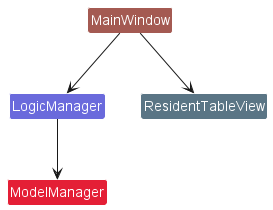
nus-cs2103-AY2223S1/tp keeps this PlantUML diagram as docs/images/MainWindowRelationships.png. Above is the earlier version. Source of this version:
```plantuml
@startuml
!include ../style.puml

Class MainWindow MAIN_WINDOW_COLOR
Class LogicManager LOGIC_COLOR_T2
Class ModelManager MODEL_COLOR_T2
Class ResidentTableView RESIDENT_TABLE_VIEW_COLOR

MainWindow --> LogicManager
MainWindow --> ResidentTableView
LogicManager --> ModelManager
@enduml
```
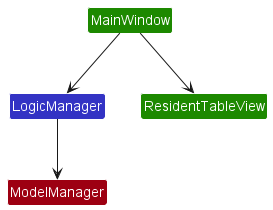
The same diagram one commit later.

Commit message:
Update main window listener diagram

The edit, as a diff of the source:
```diff
@@ -1,10 +1,10 @@
 @startuml
 !include ../style.puml
 
-Class MainWindow MAIN_WINDOW_COLOR
-Class LogicManager LOGIC_COLOR_T2
-Class ModelManager MODEL_COLOR_T2
-Class ResidentTableView RESIDENT_TABLE_VIEW_COLOR
+Class MainWindow UI_COLOR
+Class LogicManager LOGIC_COLOR
+Class ModelManager MODEL_COLOR
+Class ResidentTableView UI_COLOR
 
 MainWindow --> LogicManager
 MainWindow --> ResidentTableView
```
